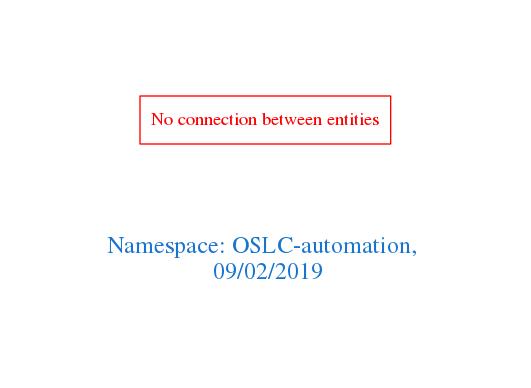
arago/OGIT keeps this Graphviz diagram as downloads/OSLC-automation.png. Above is the earlier version. Its source is kept beside it as downloads/OSLC-automation.dot.
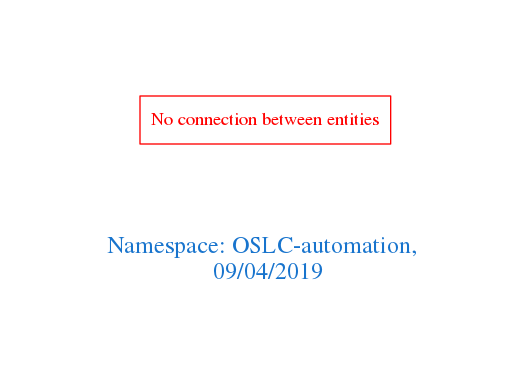
After the change.

The edit, as a diff of the source:
```diff
@@ -1,7 +1,7 @@
 digraph OGIT_ontology {
  graph [ rankdir= LR,pad=1
 fontsize = 18,
-fontcolor= dodgerblue3,label = "\n\n\nNamespace: OSLC-automation, \n 09/02/2019"];
+fontcolor= dodgerblue3,label = "\n\n\nNamespace: OSLC-automation, \n 09/04/2019"];
 node[shape=polygon];
 edge [  color="gray81"];
 
```
